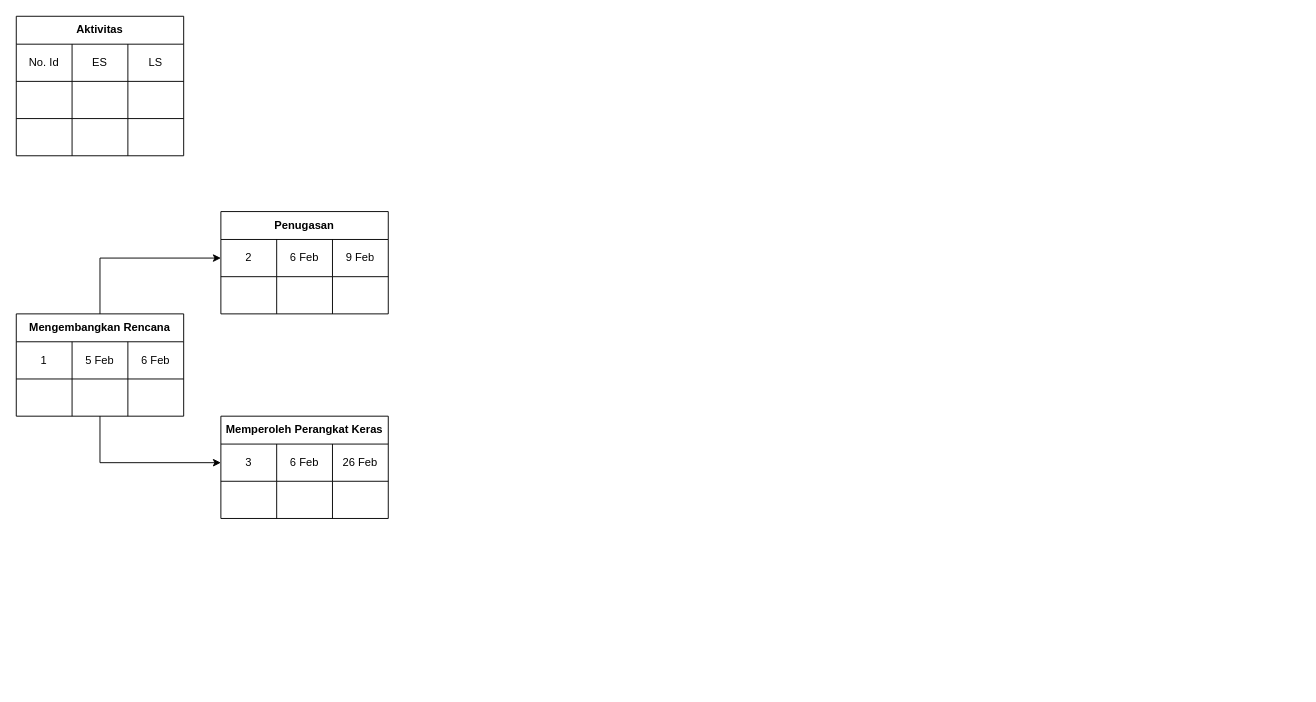
Earlier version of the draw.io diagram pert_diagram.drawio (RayhanHamada/bikin-dfd). Source tidied: cells renumbered, new cells numbered last; positions are measured from the earlier drawing's top-left corner, leaving out a move shared by most shapes. Both pictures are drawn from the tidied source at 93%, with x=0, y=0 at pixel (16, 16).
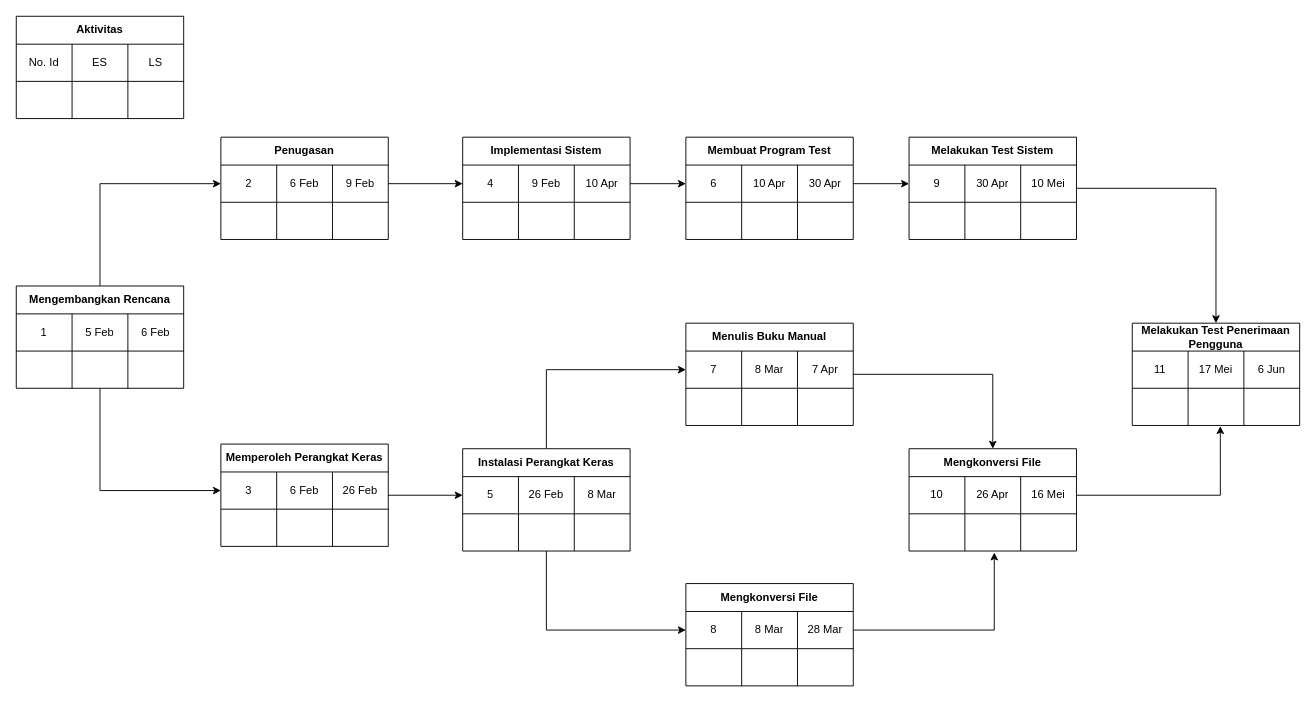
The same page after the edit.

Unchanged cells that the change refers to:
```xml
<mxCell id="27" style="shape=partialRectangle;html=1;whiteSpace=wrap;fillColor=none;top=0;left=0;bottom=0;right=0;points=[[0,0.5],[1,0.5]];portConstraint=eastwest;" parent="26" vertex="1">
  <mxGeometry y="30" width="180" height="40" as="geometry" />
</mxCell>
```

Change to the diagram source:
```diff
@@
     <mxCell id="2" value="Aktivitas" style="shape=table;html=1;whiteSpace=wrap;startSize=30;childLayout=tableLayout;fontStyle=1;align=center;" parent="1" vertex="1">
-      <mxGeometry width="180" height="150" as="geometry" />
+      <mxGeometry width="180" height="110" as="geometry" />
     </mxCell>
@@
-    <mxCell id="11" style="shape=partialRectangle;html=1;whiteSpace=wrap;fillColor=none;top=0;left=0;bottom=0;right=0;" parent="2" vertex="1">
-      <mxGeometry y="110" width="180" height="40" as="geometry" />
-    </mxCell>
-    <mxCell id="12" style="shape=partialRectangle;html=1;whiteSpace=wrap;fillColor=none;top=0;left=0;bottom=0;right=0;overflow=hidden;" parent="11" vertex="1">
-      <mxGeometry width="60" height="40" as="geometry" />
-    </mxCell>
-    <mxCell id="13" style="shape=partialRectangle;html=1;whiteSpace=wrap;fillColor=none;top=0;left=0;bottom=0;right=0;overflow=hidden;" parent="11" vertex="1">
-      <mxGeometry x="60" width="60" height="40" as="geometry" />
-    </mxCell>
-    <mxCell id="14" style="shape=partialRectangle;html=1;whiteSpace=wrap;fillColor=none;top=0;left=0;bottom=0;right=0;overflow=hidden;" parent="11" vertex="1">
-      <mxGeometry x="120" width="60" height="40" as="geometry" />
-    </mxCell>
@@
     <mxCell id="17" value="Mengembangkan Rencana" style="shape=table;html=1;whiteSpace=wrap;startSize=30;childLayout=tableLayout;fontStyle=1;align=center;" parent="1" vertex="1">
-      <mxGeometry y="320" width="180" height="110" as="geometry" />
+      <mxGeometry y="290" width="180" height="110" as="geometry" />
     </mxCell>
@@
     <mxCell id="26" value="Penugasan" style="shape=table;html=1;whiteSpace=wrap;startSize=30;childLayout=tableLayout;fontStyle=1;align=center;" parent="1" vertex="1">
-      <mxGeometry x="220" y="210" width="180" height="110" as="geometry" />
+      <mxGeometry x="220" y="130" width="180" height="110" as="geometry" />
     </mxCell>
@@
+    <mxCell id="44" style="edgeStyle=orthogonalEdgeStyle;rounded=0;jettySize=auto;html=1;entryX=0;entryY=0.5;entryDx=0;entryDy=0;" parent="1" edge="1" source="35" target="57">
+      <mxGeometry relative="1" as="geometry" />
+    </mxCell>
     <mxCell id="35" value="Memperoleh Perangkat Keras" style="shape=table;html=1;whiteSpace=wrap;startSize=30;childLayout=tableLayout;fontStyle=1;align=center;" parent="1" vertex="1">
-      <mxGeometry x="220" y="430" width="180" height="110" as="geometry" />
+      <mxGeometry x="220" y="460" width="180" height="110" as="geometry" />
     </mxCell>
@@
+    <mxCell id="45" value="Implementasi Sistem" style="shape=table;html=1;whiteSpace=wrap;startSize=30;childLayout=tableLayout;fontStyle=1;align=center;" parent="1" vertex="1">
+      <mxGeometry x="480" y="130" width="180" height="110" as="geometry" />
+    </mxCell>
+    <mxCell id="46" style="shape=partialRectangle;html=1;whiteSpace=wrap;fillColor=none;top=0;left=0;bottom=0;right=0;points=[[0,0.5],[1,0.5]];portConstraint=eastwest;" parent="45" vertex="1">
+      <mxGeometry y="30" width="180" height="40" as="geometry" />
+    </mxCell>
+    <mxCell id="47" value="4" style="shape=partialRectangle;html=1;whiteSpace=wrap;fillColor=none;top=0;left=0;bottom=0;right=0;overflow=hidden;" parent="46" vertex="1">
+      <mxGeometry width="60" height="40" as="geometry" />
+    </mxCell>
+    <mxCell id="48" value="&lt;span&gt;9 Feb&lt;/span&gt;" style="shape=partialRectangle;html=1;whiteSpace=wrap;fillColor=none;top=0;left=0;bottom=0;right=0;overflow=hidden;" parent="46" vertex="1">
+      <mxGeometry x="60" width="60" height="40" as="geometry" />
+    </mxCell>
+    <mxCell id="49" value="10 Apr" style="shape=partialRectangle;html=1;whiteSpace=wrap;fillColor=none;top=0;left=0;bottom=0;right=0;overflow=hidden;" parent="46" vertex="1">
+      <mxGeometry x="120" width="60" height="40" as="geometry" />
+    </mxCell>
+    <mxCell id="50" style="shape=partialRectangle;html=1;whiteSpace=wrap;fillColor=none;top=0;left=0;bottom=0;right=0;" parent="45" vertex="1">
+      <mxGeometry y="70" width="180" height="40" as="geometry" />
+    </mxCell>
+    <mxCell id="51" style="shape=partialRectangle;html=1;whiteSpace=wrap;fillColor=none;top=0;left=0;bottom=0;right=0;overflow=hidden;" parent="50" vertex="1">
+      <mxGeometry width="60" height="40" as="geometry" />
+    </mxCell>
+    <mxCell id="52" style="shape=partialRectangle;html=1;whiteSpace=wrap;fillColor=none;top=0;left=0;bottom=0;right=0;overflow=hidden;" parent="50" vertex="1">
+      <mxGeometry x="60" width="60" height="40" as="geometry" />
+    </mxCell>
+    <mxCell id="53" style="shape=partialRectangle;html=1;whiteSpace=wrap;fillColor=none;top=0;left=0;bottom=0;right=0;overflow=hidden;" parent="50" vertex="1">
+      <mxGeometry x="120" width="60" height="40" as="geometry" />
+    </mxCell>
+    <mxCell id="54" style="edgeStyle=orthogonalEdgeStyle;rounded=0;jettySize=auto;html=1;entryX=0;entryY=0.5;entryDx=0;entryDy=0;" parent="1" edge="1" source="56" target="87">
+      <mxGeometry relative="1" as="geometry" />
+    </mxCell>
+    <mxCell id="55" style="edgeStyle=orthogonalEdgeStyle;rounded=0;jettySize=auto;html=1;entryX=0;entryY=0.5;entryDx=0;entryDy=0;" parent="1" edge="1" source="56" target="96">
+      <mxGeometry relative="1" as="geometry" />
+    </mxCell>
+    <mxCell id="56" value="Instalasi Perangkat Keras" style="shape=table;html=1;whiteSpace=wrap;startSize=30;childLayout=tableLayout;fontStyle=1;align=center;" parent="1" vertex="1">
+      <mxGeometry x="480" y="465" width="180" height="110" as="geometry" />
+    </mxCell>
+    <mxCell id="57" style="shape=partialRectangle;html=1;whiteSpace=wrap;fillColor=none;top=0;left=0;bottom=0;right=0;points=[[0,0.5],[1,0.5]];portConstraint=eastwest;" parent="56" vertex="1">
+      <mxGeometry y="30" width="180" height="40" as="geometry" />
+    </mxCell>
+    <mxCell id="58" value="5" style="shape=partialRectangle;html=1;whiteSpace=wrap;fillColor=none;top=0;left=0;bottom=0;right=0;overflow=hidden;" parent="57" vertex="1">
+      <mxGeometry width="60" height="40" as="geometry" />
+    </mxCell>
+    <mxCell id="59" value="&lt;span&gt;26 Feb&lt;/span&gt;" style="shape=partialRectangle;html=1;whiteSpace=wrap;fillColor=none;top=0;left=0;bottom=0;right=0;overflow=hidden;" parent="57" vertex="1">
+      <mxGeometry x="60" width="60" height="40" as="geometry" />
+    </mxCell>
+    <mxCell id="60" value="8 Mar" style="shape=partialRectangle;html=1;whiteSpace=wrap;fillColor=none;top=0;left=0;bottom=0;right=0;overflow=hidden;" parent="57" vertex="1">
+      <mxGeometry x="120" width="60" height="40" as="geometry" />
+    </mxCell>
+    <mxCell id="61" style="shape=partialRectangle;html=1;whiteSpace=wrap;fillColor=none;top=0;left=0;bottom=0;right=0;" parent="56" vertex="1">
+      <mxGeometry y="70" width="180" height="40" as="geometry" />
+    </mxCell>
+    <mxCell id="62" style="shape=partialRectangle;html=1;whiteSpace=wrap;fillColor=none;top=0;left=0;bottom=0;right=0;overflow=hidden;" parent="61" vertex="1">
+      <mxGeometry width="60" height="40" as="geometry" />
+    </mxCell>
+    <mxCell id="63" style="shape=partialRectangle;html=1;whiteSpace=wrap;fillColor=none;top=0;left=0;bottom=0;right=0;overflow=hidden;" parent="61" vertex="1">
+      <mxGeometry x="60" width="60" height="40" as="geometry" />
+    </mxCell>
+    <mxCell id="64" style="shape=partialRectangle;html=1;whiteSpace=wrap;fillColor=none;top=0;left=0;bottom=0;right=0;overflow=hidden;" parent="61" vertex="1">
+      <mxGeometry x="120" width="60" height="40" as="geometry" />
+    </mxCell>
+    <mxCell id="65" style="edgeStyle=orthogonalEdgeStyle;rounded=0;jettySize=auto;html=1;entryX=0;entryY=0.5;entryDx=0;entryDy=0;" parent="1" edge="1" source="27" target="46">
+      <mxGeometry relative="1" as="geometry" />
+    </mxCell>
+    <mxCell id="66" value="Membuat Program Test" style="shape=table;html=1;whiteSpace=wrap;startSize=30;childLayout=tableLayout;fontStyle=1;align=center;" parent="1" vertex="1">
+      <mxGeometry x="720" y="130" width="180" height="110" as="geometry" />
+    </mxCell>
+    <mxCell id="67" style="shape=partialRectangle;html=1;whiteSpace=wrap;fillColor=none;top=0;left=0;bottom=0;right=0;points=[[0,0.5],[1,0.5]];portConstraint=eastwest;" parent="66" vertex="1">
+      <mxGeometry y="30" width="180" height="40" as="geometry" />
+    </mxCell>
+    <mxCell id="68" value="6" style="shape=partialRectangle;html=1;whiteSpace=wrap;fillColor=none;top=0;left=0;bottom=0;right=0;overflow=hidden;" parent="67" vertex="1">
+      <mxGeometry width="60" height="40" as="geometry" />
+    </mxCell>
+    <mxCell id="69" value="&lt;span&gt;10 Apr&lt;/span&gt;" style="shape=partialRectangle;html=1;whiteSpace=wrap;fillColor=none;top=0;left=0;bottom=0;right=0;overflow=hidden;" parent="67" vertex="1">
+      <mxGeometry x="60" width="60" height="40" as="geometry" />
+    </mxCell>
+    <mxCell id="70" value="30 Apr" style="shape=partialRectangle;html=1;whiteSpace=wrap;fillColor=none;top=0;left=0;bottom=0;right=0;overflow=hidden;" parent="67" vertex="1">
+      <mxGeometry x="120" width="60" height="40" as="geometry" />
+    </mxCell>
+    <mxCell id="71" style="shape=partialRectangle;html=1;whiteSpace=wrap;fillColor=none;top=0;left=0;bottom=0;right=0;" parent="66" vertex="1">
+      <mxGeometry y="70" width="180" height="40" as="geometry" />
+    </mxCell>
+    <mxCell id="72" style="shape=partialRectangle;html=1;whiteSpace=wrap;fillColor=none;top=0;left=0;bottom=0;right=0;overflow=hidden;" parent="71" vertex="1">
+      <mxGeometry width="60" height="40" as="geometry" />
+    </mxCell>
+    <mxCell id="73" style="shape=partialRectangle;html=1;whiteSpace=wrap;fillColor=none;top=0;left=0;bottom=0;right=0;overflow=hidden;" parent="71" vertex="1">
+      <mxGeometry x="60" width="60" height="40" as="geometry" />
+    </mxCell>
+    <mxCell id="74" style="shape=partialRectangle;html=1;whiteSpace=wrap;fillColor=none;top=0;left=0;bottom=0;right=0;overflow=hidden;" parent="71" vertex="1">
+      <mxGeometry x="120" width="60" height="40" as="geometry" />
+    </mxCell>
+    <mxCell id="75" style="edgeStyle=orthogonalEdgeStyle;rounded=0;jettySize=auto;html=1;entryX=0.5;entryY=0;entryDx=0;entryDy=0;" parent="1" edge="1" source="76" target="116">
+      <mxGeometry relative="1" as="geometry" />
+    </mxCell>
+    <mxCell id="76" value="Melakukan Test Sistem" style="shape=table;html=1;whiteSpace=wrap;startSize=30;childLayout=tableLayout;fontStyle=1;align=center;" parent="1" vertex="1">
+      <mxGeometry x="960" y="130" width="180" height="110" as="geometry" />
+    </mxCell>
+    <mxCell id="77" style="shape=partialRectangle;html=1;whiteSpace=wrap;fillColor=none;top=0;left=0;bottom=0;right=0;points=[[0,0.5],[1,0.5]];portConstraint=eastwest;" parent="76" vertex="1">
+      <mxGeometry y="30" width="180" height="40" as="geometry" />
+    </mxCell>
+    <mxCell id="78" value="9" style="shape=partialRectangle;html=1;whiteSpace=wrap;fillColor=none;top=0;left=0;bottom=0;right=0;overflow=hidden;" parent="77" vertex="1">
+      <mxGeometry width="60" height="40" as="geometry" />
+    </mxCell>
+    <mxCell id="79" value="&lt;span&gt;30 Apr&lt;/span&gt;" style="shape=partialRectangle;html=1;whiteSpace=wrap;fillColor=none;top=0;left=0;bottom=0;right=0;overflow=hidden;" parent="77" vertex="1">
+      <mxGeometry x="60" width="60" height="40" as="geometry" />
+    </mxCell>
+    <mxCell id="80" value="10 Mei" style="shape=partialRectangle;html=1;whiteSpace=wrap;fillColor=none;top=0;left=0;bottom=0;right=0;overflow=hidden;" parent="77" vertex="1">
+      <mxGeometry x="120" width="60" height="40" as="geometry" />
+    </mxCell>
+    <mxCell id="81" style="shape=partialRectangle;html=1;whiteSpace=wrap;fillColor=none;top=0;left=0;bottom=0;right=0;" parent="76" vertex="1">
+      <mxGeometry y="70" width="180" height="40" as="geometry" />
+    </mxCell>
+    <mxCell id="82" style="shape=partialRectangle;html=1;whiteSpace=wrap;fillColor=none;top=0;left=0;bottom=0;right=0;overflow=hidden;" parent="81" vertex="1">
+      <mxGeometry width="60" height="40" as="geometry" />
+    </mxCell>
+    <mxCell id="83" style="shape=partialRectangle;html=1;whiteSpace=wrap;fillColor=none;top=0;left=0;bottom=0;right=0;overflow=hidden;" parent="81" vertex="1">
+      <mxGeometry x="60" width="60" height="40" as="geometry" />
+    </mxCell>
+    <mxCell id="84" style="shape=partialRectangle;html=1;whiteSpace=wrap;fillColor=none;top=0;left=0;bottom=0;right=0;overflow=hidden;" parent="81" vertex="1">
+      <mxGeometry x="120" width="60" height="40" as="geometry" />
+    </mxCell>
+    <mxCell id="85" style="edgeStyle=orthogonalEdgeStyle;rounded=0;jettySize=auto;html=1;entryX=0.5;entryY=0;entryDx=0;entryDy=0;" parent="1" edge="1" source="86" target="104">
+      <mxGeometry relative="1" as="geometry" />
+    </mxCell>
+    <mxCell id="86" value="Menulis Buku Manual" style="shape=table;html=1;whiteSpace=wrap;startSize=30;childLayout=tableLayout;fontStyle=1;align=center;" parent="1" vertex="1">
+      <mxGeometry x="720" y="330" width="180" height="110" as="geometry" />
+    </mxCell>
+    <mxCell id="87" style="shape=partialRectangle;html=1;whiteSpace=wrap;fillColor=none;top=0;left=0;bottom=0;right=0;points=[[0,0.5],[1,0.5]];portConstraint=eastwest;" parent="86" vertex="1">
+      <mxGeometry y="30" width="180" height="40" as="geometry" />
+    </mxCell>
+    <mxCell id="88" value="7" style="shape=partialRectangle;html=1;whiteSpace=wrap;fillColor=none;top=0;left=0;bottom=0;right=0;overflow=hidden;" parent="87" vertex="1">
+      <mxGeometry width="60" height="40" as="geometry" />
+    </mxCell>
+    <mxCell id="89" value="&lt;span&gt;8 Mar&lt;/span&gt;" style="shape=partialRectangle;html=1;whiteSpace=wrap;fillColor=none;top=0;left=0;bottom=0;right=0;overflow=hidden;" parent="87" vertex="1">
+      <mxGeometry x="60" width="60" height="40" as="geometry" />
+    </mxCell>
+    <mxCell id="90" value="7 Apr" style="shape=partialRectangle;html=1;whiteSpace=wrap;fillColor=none;top=0;left=0;bottom=0;right=0;overflow=hidden;" parent="87" vertex="1">
+      <mxGeometry x="120" width="60" height="40" as="geometry" />
+    </mxCell>
+    <mxCell id="91" style="shape=partialRectangle;html=1;whiteSpace=wrap;fillColor=none;top=0;left=0;bottom=0;right=0;" parent="86" vertex="1">
+      <mxGeometry y="70" width="180" height="40" as="geometry" />
+    </mxCell>
+    <mxCell id="92" style="shape=partialRectangle;html=1;whiteSpace=wrap;fillColor=none;top=0;left=0;bottom=0;right=0;overflow=hidden;" parent="91" vertex="1">
+      <mxGeometry width="60" height="40" as="geometry" />
+    </mxCell>
+    <mxCell id="93" style="shape=partialRectangle;html=1;whiteSpace=wrap;fillColor=none;top=0;left=0;bottom=0;right=0;overflow=hidden;" parent="91" vertex="1">
+      <mxGeometry x="60" width="60" height="40" as="geometry" />
+    </mxCell>
+    <mxCell id="94" style="shape=partialRectangle;html=1;whiteSpace=wrap;fillColor=none;top=0;left=0;bottom=0;right=0;overflow=hidden;" parent="91" vertex="1">
+      <mxGeometry x="120" width="60" height="40" as="geometry" />
+    </mxCell>
+    <mxCell id="95" value="Mengkonversi File" style="shape=table;html=1;whiteSpace=wrap;startSize=30;childLayout=tableLayout;fontStyle=1;align=center;" parent="1" vertex="1">
+      <mxGeometry x="720" y="610" width="180" height="110" as="geometry" />
+    </mxCell>
+    <mxCell id="96" style="shape=partialRectangle;html=1;whiteSpace=wrap;fillColor=none;top=0;left=0;bottom=0;right=0;points=[[0,0.5],[1,0.5]];portConstraint=eastwest;" parent="95" vertex="1">
+      <mxGeometry y="30" width="180" height="40" as="geometry" />
+    </mxCell>
+    <mxCell id="97" value="8" style="shape=partialRectangle;html=1;whiteSpace=wrap;fillColor=none;top=0;left=0;bottom=0;right=0;overflow=hidden;" parent="96" vertex="1">
+      <mxGeometry width="60" height="40" as="geometry" />
+    </mxCell>
+    <mxCell id="98" value="&lt;span&gt;8 Mar&lt;/span&gt;" style="shape=partialRectangle;html=1;whiteSpace=wrap;fillColor=none;top=0;left=0;bottom=0;right=0;overflow=hidden;" parent="96" vertex="1">
+      <mxGeometry x="60" width="60" height="40" as="geometry" />
+    </mxCell>
+    <mxCell id="99" value="28 Mar" style="shape=partialRectangle;html=1;whiteSpace=wrap;fillColor=none;top=0;left=0;bottom=0;right=0;overflow=hidden;" parent="96" vertex="1">
+      <mxGeometry x="120" width="60" height="40" as="geometry" />
+    </mxCell>
+    <mxCell id="100" style="shape=partialRectangle;html=1;whiteSpace=wrap;fillColor=none;top=0;left=0;bottom=0;right=0;" parent="95" vertex="1">
+      <mxGeometry y="70" width="180" height="40" as="geometry" />
+    </mxCell>
+    <mxCell id="101" style="shape=partialRectangle;html=1;whiteSpace=wrap;fillColor=none;top=0;left=0;bottom=0;right=0;overflow=hidden;" parent="100" vertex="1">
+      <mxGeometry width="60" height="40" as="geometry" />
+    </mxCell>
+    <mxCell id="102" style="shape=partialRectangle;html=1;whiteSpace=wrap;fillColor=none;top=0;left=0;bottom=0;right=0;overflow=hidden;" parent="100" vertex="1">
+      <mxGeometry x="60" width="60" height="40" as="geometry" />
+    </mxCell>
+    <mxCell id="103" style="shape=partialRectangle;html=1;whiteSpace=wrap;fillColor=none;top=0;left=0;bottom=0;right=0;overflow=hidden;" parent="100" vertex="1">
+      <mxGeometry x="120" width="60" height="40" as="geometry" />
+    </mxCell>
+    <mxCell id="104" value="Mengkonversi File" style="shape=table;html=1;whiteSpace=wrap;startSize=30;childLayout=tableLayout;fontStyle=1;align=center;" parent="1" vertex="1">
+      <mxGeometry x="960" y="465" width="180" height="110" as="geometry" />
+    </mxCell>
+    <mxCell id="105" style="shape=partialRectangle;html=1;whiteSpace=wrap;fillColor=none;top=0;left=0;bottom=0;right=0;points=[[0,0.5],[1,0.5]];portConstraint=eastwest;" parent="104" vertex="1">
+      <mxGeometry y="30" width="180" height="40" as="geometry" />
+    </mxCell>
+    <mxCell id="106" value="10" style="shape=partialRectangle;html=1;whiteSpace=wrap;fillColor=none;top=0;left=0;bottom=0;right=0;overflow=hidden;" parent="105" vertex="1">
+      <mxGeometry width="60" height="40" as="geometry" />
+    </mxCell>
+    <mxCell id="107" value="&lt;span&gt;26 Apr&lt;/span&gt;" style="shape=partialRectangle;html=1;whiteSpace=wrap;fillColor=none;top=0;left=0;bottom=0;right=0;overflow=hidden;" parent="105" vertex="1">
+      <mxGeometry x="60" width="60" height="40" as="geometry" />
+    </mxCell>
+    <mxCell id="108" value="16 Mei" style="shape=partialRectangle;html=1;whiteSpace=wrap;fillColor=none;top=0;left=0;bottom=0;right=0;overflow=hidden;" parent="105" vertex="1">
+      <mxGeometry x="120" width="60" height="40" as="geometry" />
+    </mxCell>
+    <mxCell id="109" style="shape=partialRectangle;html=1;whiteSpace=wrap;fillColor=none;top=0;left=0;bottom=0;right=0;points=[[0,0.5],[1,0.5]];portConstraint=eastwest;" parent="104" vertex="1">
+      <mxGeometry y="70" width="180" height="40" as="geometry" />
+    </mxCell>
+    <mxCell id="110" style="shape=partialRectangle;html=1;whiteSpace=wrap;fillColor=none;top=0;left=0;bottom=0;right=0;overflow=hidden;" parent="109" vertex="1">
+      <mxGeometry width="60" height="40" as="geometry" />
+    </mxCell>
+    <mxCell id="111" style="shape=partialRectangle;html=1;whiteSpace=wrap;fillColor=none;top=0;left=0;bottom=0;right=0;overflow=hidden;" parent="109" vertex="1">
+      <mxGeometry x="60" width="60" height="40" as="geometry" />
+    </mxCell>
+    <mxCell id="112" style="shape=partialRectangle;html=1;whiteSpace=wrap;fillColor=none;top=0;left=0;bottom=0;right=0;overflow=hidden;" parent="109" vertex="1">
+      <mxGeometry x="120" width="60" height="40" as="geometry" />
+    </mxCell>
+    <mxCell id="113" style="edgeStyle=orthogonalEdgeStyle;rounded=0;jettySize=auto;html=1;entryX=0;entryY=0.5;entryDx=0;entryDy=0;" parent="1" edge="1" source="46" target="67">
+      <mxGeometry relative="1" as="geometry" />
+    </mxCell>
+    <mxCell id="114" style="edgeStyle=orthogonalEdgeStyle;rounded=0;jettySize=auto;html=1;entryX=0;entryY=0.5;entryDx=0;entryDy=0;" parent="1" edge="1" source="67" target="77">
+      <mxGeometry relative="1" as="geometry" />
+    </mxCell>
+    <mxCell id="115" style="edgeStyle=orthogonalEdgeStyle;rounded=0;jettySize=auto;html=1;entryX=0.509;entryY=1.039;entryDx=0;entryDy=0;entryPerimeter=0;" parent="1" edge="1" source="96" target="109">
+      <mxGeometry relative="1" as="geometry">
+        <Array as="points">
+          <mxPoint x="1052" y="660" />
+        </Array>
+      </mxGeometry>
+    </mxCell>
+    <mxCell id="116" value="Melakukan Test Penerimaan Pengguna" style="shape=table;html=1;whiteSpace=wrap;startSize=30;childLayout=tableLayout;fontStyle=1;align=center;" parent="1" vertex="1">
+      <mxGeometry x="1200" y="330" width="180" height="110" as="geometry" />
+    </mxCell>
+    <mxCell id="117" style="shape=partialRectangle;html=1;whiteSpace=wrap;fillColor=none;top=0;left=0;bottom=0;right=0;" parent="116" vertex="1">
+      <mxGeometry y="30" width="180" height="40" as="geometry" />
+    </mxCell>
+    <mxCell id="118" value="11" style="shape=partialRectangle;html=1;whiteSpace=wrap;fillColor=none;top=0;left=0;bottom=0;right=0;overflow=hidden;" parent="117" vertex="1">
+      <mxGeometry width="60" height="40" as="geometry" />
+    </mxCell>
+    <mxCell id="119" value="&lt;span&gt;17 Mei&lt;/span&gt;" style="shape=partialRectangle;html=1;whiteSpace=wrap;fillColor=none;top=0;left=0;bottom=0;right=0;overflow=hidden;" parent="117" vertex="1">
+      <mxGeometry x="60" width="60" height="40" as="geometry" />
+    </mxCell>
+    <mxCell id="120" value="6 Jun" style="shape=partialRectangle;html=1;whiteSpace=wrap;fillColor=none;top=0;left=0;bottom=0;right=0;overflow=hidden;" parent="117" vertex="1">
+      <mxGeometry x="120" width="60" height="40" as="geometry" />
+    </mxCell>
+    <mxCell id="121" style="shape=partialRectangle;html=1;whiteSpace=wrap;fillColor=none;top=0;left=0;bottom=0;right=0;points=[[0,0.5],[1,0.5]];portConstraint=eastwest;" parent="116" vertex="1">
+      <mxGeometry y="70" width="180" height="40" as="geometry" />
+    </mxCell>
+    <mxCell id="122" style="shape=partialRectangle;html=1;whiteSpace=wrap;fillColor=none;top=0;left=0;bottom=0;right=0;overflow=hidden;" parent="121" vertex="1">
+      <mxGeometry width="60" height="40" as="geometry" />
+    </mxCell>
+    <mxCell id="123" style="shape=partialRectangle;html=1;whiteSpace=wrap;fillColor=none;top=0;left=0;bottom=0;right=0;overflow=hidden;" parent="121" vertex="1">
+      <mxGeometry x="60" width="60" height="40" as="geometry" />
+    </mxCell>
+    <mxCell id="124" style="shape=partialRectangle;html=1;whiteSpace=wrap;fillColor=none;top=0;left=0;bottom=0;right=0;overflow=hidden;" parent="121" vertex="1">
+      <mxGeometry x="120" width="60" height="40" as="geometry" />
+    </mxCell>
+    <mxCell id="125" style="edgeStyle=orthogonalEdgeStyle;rounded=0;jettySize=auto;html=1;entryX=0.526;entryY=1.017;entryDx=0;entryDy=0;entryPerimeter=0;" parent="1" edge="1" source="105" target="121">
+      <mxGeometry relative="1" as="geometry" />
+    </mxCell>
```
